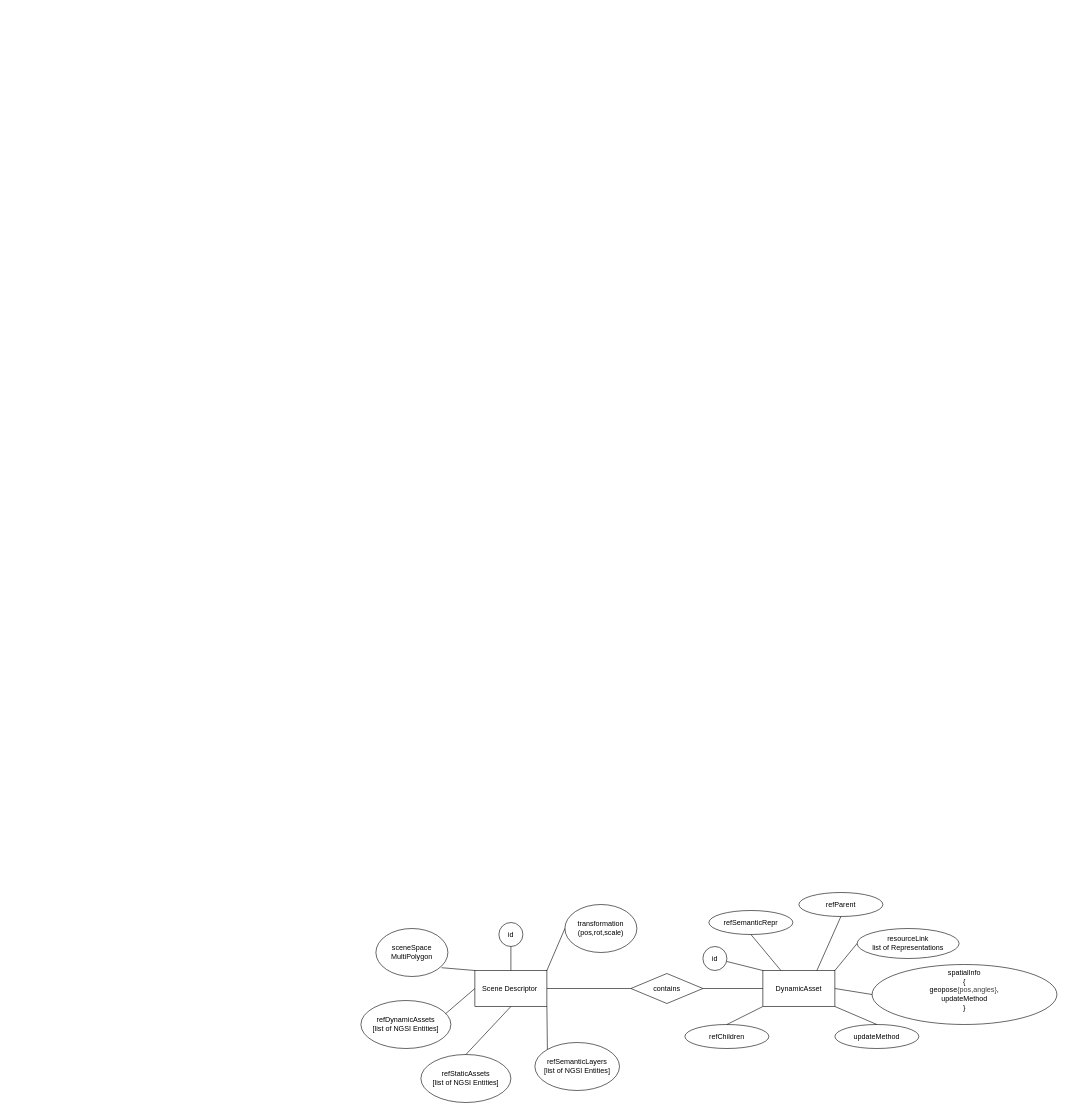
The draw.io diagram docs/scene_descr_v2.drawio in Skorpinakos/NGSI-Scene-Description-Compliant-Viewer, before the edit. Source tidied: cells renumbered, new cells numbered last; positions are measured from the earlier drawing's top-left corner, leaving out a move shared by most shapes. Both pictures are drawn from the tidied source at 60%, with x=0, y=0 at pixel (361, 892).
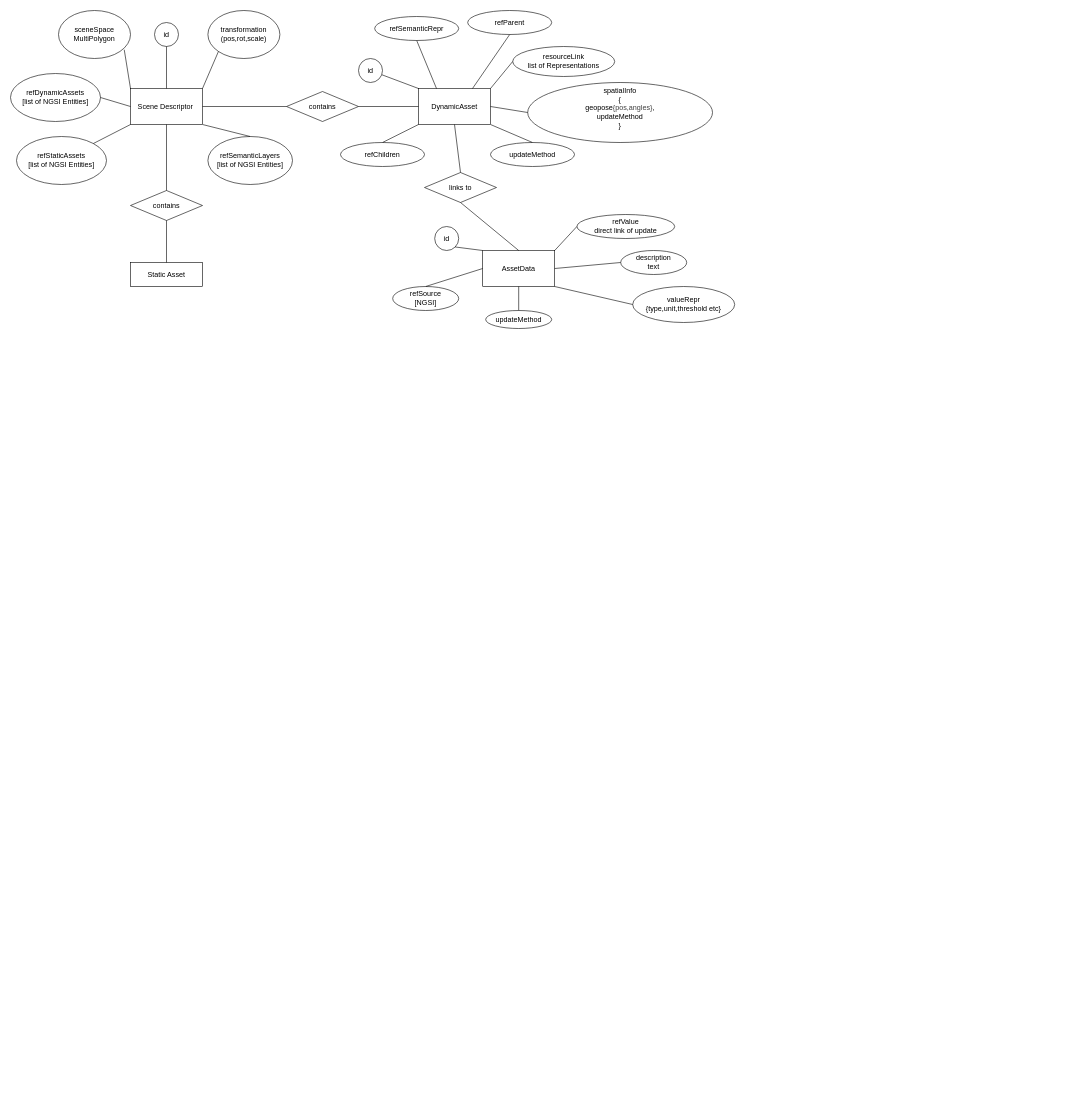
Above is the later version.

Commit message:
current scene descr status

Change to the diagram source:
```diff
@@
     <mxCell id="2" value="Scene Descriptor&amp;nbsp;" style="rounded=0;whiteSpace=wrap;html=1;" parent="1" vertex="1">
-      <mxGeometry x="190" y="130" width="120" height="60" as="geometry" />
+      <mxGeometry x="-384" y="-1340" width="120" height="60" as="geometry" />
     </mxCell>
     <mxCell id="3" value="id" style="ellipse;whiteSpace=wrap;html=1;" parent="1" vertex="1">
-      <mxGeometry x="230" y="50" width="40" height="40" as="geometry" />
+      <mxGeometry x="-344" y="-1450" width="40" height="40" as="geometry" />
     </mxCell>
     <mxCell id="4" value="refDynamicAssets&lt;div&gt;[list of NGSI Entities]&lt;/div&gt;" style="ellipse;whiteSpace=wrap;html=1;" parent="1" vertex="1">
-      <mxGeometry y="180" width="150" height="80" as="geometry" />
+      <mxGeometry x="-584" y="-1365" width="150" height="80" as="geometry" />
     </mxCell>
     <mxCell id="5" value="sceneSpace&lt;div&gt;MultiPolygon&lt;/div&gt;" style="ellipse;whiteSpace=wrap;html=1;" parent="1" vertex="1">
-      <mxGeometry x="25" y="60" width="120" height="80" as="geometry" />
+      <mxGeometry x="-504" y="-1470" width="120" height="80" as="geometry" />
     </mxCell>
     <mxCell id="6" value="transformation&lt;div&gt;(pos,rot,scale)&lt;/div&gt;" style="ellipse;whiteSpace=wrap;html=1;" parent="1" vertex="1">
-      <mxGeometry x="340" y="20" width="120" height="80" as="geometry" />
+      <mxGeometry x="-255" y="-1470" width="120" height="80" as="geometry" />
     </mxCell>
     <mxCell id="7" value="refStaticAssets&lt;div&gt;[list of NGSI Entities]&lt;/div&gt;" style="ellipse;whiteSpace=wrap;html=1;" parent="1" vertex="1">
-      <mxGeometry x="100" y="270" width="150" height="80" as="geometry" />
+      <mxGeometry x="-574" y="-1260" width="150" height="80" as="geometry" />
     </mxCell>
     <mxCell id="8" value="refSemanticLayers&lt;div&gt;[list of NGSI Entities]&lt;/div&gt;" style="ellipse;whiteSpace=wrap;html=1;" parent="1" vertex="1">
-      <mxGeometry x="290" y="250" width="141" height="80" as="geometry" />
+      <mxGeometry x="-255" y="-1260" width="141" height="80" as="geometry" />
     </mxCell>
-    <mxCell id="9" style="endArrow=none;html=1;entryX=1;entryY=0;entryDx=0;entryDy=0;exitX=0;exitY=0.5;exitDx=0;exitDy=0;" parent="1" edge="1" source="6" target="2">
+    <mxCell id="9" style="endArrow=none;html=1;entryX=1;entryY=0;entryDx=0;entryDy=0;exitX=0;exitY=1;exitDx=0;exitDy=0;" parent="1" edge="1" source="6" target="2">
       <mxGeometry relative="1" as="geometry" />
     </mxCell>
@@
-    <mxCell id="12" style="endArrow=none;html=1;entryX=0;entryY=0.5;entryDx=0;entryDy=0;exitX=0.94;exitY=0.277;exitDx=0;exitDy=0;exitPerimeter=0;" parent="1" edge="1" source="4" target="2">
+    <mxCell id="12" style="endArrow=none;html=1;entryX=0;entryY=0.5;entryDx=0;entryDy=0;exitX=1;exitY=0.5;exitDx=0;exitDy=0;" parent="1" edge="1" source="4" target="2">
       <mxGeometry relative="1" as="geometry" />
     </mxCell>
-    <mxCell id="13" style="endArrow=none;html=1;entryX=0.5;entryY=1;entryDx=0;entryDy=0;exitX=0.5;exitY=0;exitDx=0;exitDy=0;" parent="1" edge="1" source="7" target="2">
+    <mxCell id="13" style="endArrow=none;html=1;entryX=0;entryY=1;entryDx=0;entryDy=0;exitX=1;exitY=0;exitDx=0;exitDy=0;" parent="1" edge="1" source="7" target="2">
       <mxGeometry relative="1" as="geometry" />
     </mxCell>
-    <mxCell id="14" style="endArrow=none;html=1;entryX=1;entryY=1;entryDx=0;entryDy=0;exitX=0;exitY=0;exitDx=0;exitDy=0;" parent="1" edge="1" source="8" target="2">
+    <mxCell id="14" style="endArrow=none;html=1;entryX=1;entryY=1;entryDx=0;entryDy=0;exitX=0.5;exitY=0;exitDx=0;exitDy=0;" parent="1" edge="1" source="8" target="2">
       <mxGeometry relative="1" as="geometry" />
     </mxCell>
     <mxCell id="15" value="contains" style="rhombus;whiteSpace=wrap;html=1;" parent="1" vertex="1">
-      <mxGeometry x="450" y="135" width="120" height="50" as="geometry" />
+      <mxGeometry x="-124" y="-1335" width="120" height="50" as="geometry" />
     </mxCell>
@@
     <mxCell id="17" value="DynamicAsset" style="rounded=0;whiteSpace=wrap;html=1;" parent="1" vertex="1">
-      <mxGeometry x="670" y="130" width="120" height="60" as="geometry" />
+      <mxGeometry x="96" y="-1340" width="120" height="60" as="geometry" />
     </mxCell>
@@
     <mxCell id="20" value="id" style="ellipse;whiteSpace=wrap;html=1;" parent="1" vertex="1">
-      <mxGeometry x="570" y="90" width="40" height="40" as="geometry" />
+      <mxGeometry x="-4" y="-1390" width="40" height="40" as="geometry" />
     </mxCell>
     <mxCell id="21" value="resourceLink&lt;div&gt;list of Representations&lt;/div&gt;" style="ellipse;whiteSpace=wrap;html=1;" parent="1" vertex="1">
-      <mxGeometry x="827" y="60" width="170" height="50" as="geometry" />
+      <mxGeometry x="253" y="-1410" width="170" height="50" as="geometry" />
     </mxCell>
@@
     <mxCell id="23" value="spatialInfo&lt;div&gt;{&lt;/div&gt;&lt;div&gt;geopose&lt;span style=&quot;color: rgb(63, 63, 63); background-color: transparent;&quot;&gt;{pos,angles}&lt;/span&gt;&lt;span style=&quot;background-color: transparent;&quot;&gt;,&lt;/span&gt;&lt;/div&gt;&lt;div&gt;updateMethod&lt;/div&gt;&lt;div&gt;}&lt;/div&gt;&lt;div&gt;&lt;br&gt;&lt;/div&gt;" style="ellipse;whiteSpace=wrap;html=1;" parent="1" vertex="1">
-      <mxGeometry x="852" y="120" width="308" height="100" as="geometry" />
+      <mxGeometry x="278" y="-1350" width="308" height="100" as="geometry" />
     </mxCell>
@@
     <mxCell id="25" value="updateMethod" style="ellipse;whiteSpace=wrap;html=1;" parent="1" vertex="1">
-      <mxGeometry x="790" y="220" width="140" height="40" as="geometry" />
+      <mxGeometry x="216" y="-1250" width="140" height="40" as="geometry" />
     </mxCell>
     <mxCell id="26" value="refSemanticRepr" style="ellipse;whiteSpace=wrap;html=1;" parent="1" vertex="1">
-      <mxGeometry x="580" y="30" width="140" height="40" as="geometry" />
+      <mxGeometry x="23" y="-1460" width="140" height="40" as="geometry" />
     </mxCell>
     <mxCell id="27" value="refChildren" style="ellipse;whiteSpace=wrap;html=1;" parent="1" vertex="1">
-      <mxGeometry x="540" y="220" width="140" height="40" as="geometry" />
+      <mxGeometry x="-34" y="-1250" width="140" height="40" as="geometry" />
     </mxCell>
     <mxCell id="28" value="refParent" style="ellipse;whiteSpace=wrap;html=1;" parent="1" vertex="1">
-      <mxGeometry x="730" width="140" height="40" as="geometry" />
+      <mxGeometry x="178" y="-1470" width="140" height="40" as="geometry" />
     </mxCell>
@@
+    <mxCell id="33" value="AssetData" style="rounded=0;whiteSpace=wrap;html=1;" parent="1" vertex="1">
+      <mxGeometry x="203" y="-1070" width="120" height="60" as="geometry" />
+    </mxCell>
+    <mxCell id="34" value="id" style="ellipse;whiteSpace=wrap;html=1;" parent="1" vertex="1">
+      <mxGeometry x="123" y="-1110" width="40" height="40" as="geometry" />
+    </mxCell>
+    <mxCell id="35" style="endArrow=none;html=1;exitX=0;exitY=0;exitDx=0;exitDy=0;entryX=1;entryY=1;entryDx=0;entryDy=0;" parent="1" edge="1" source="33" target="34">
+      <mxGeometry relative="1" as="geometry" />
+    </mxCell>
+    <mxCell id="36" value="refSource&lt;div&gt;[NGSI]&lt;/div&gt;" style="ellipse;whiteSpace=wrap;html=1;" parent="1" vertex="1">
+      <mxGeometry x="53" y="-1010" width="110" height="40" as="geometry" />
+    </mxCell>
+    <mxCell id="37" value="refValue&lt;div&gt;direct link of update&lt;/div&gt;" style="ellipse;whiteSpace=wrap;html=1;" parent="1" vertex="1">
+      <mxGeometry x="360" y="-1130" width="163" height="40" as="geometry" />
+    </mxCell>
+    <mxCell id="38" value="description&lt;div&gt;text&lt;/div&gt;" style="ellipse;whiteSpace=wrap;html=1;" parent="1" vertex="1">
+      <mxGeometry x="433" y="-1070" width="110" height="40" as="geometry" />
+    </mxCell>
+    <mxCell id="39" value="valueRepr&lt;div&gt;{type,unit,threshold etc}&lt;/div&gt;" style="ellipse;whiteSpace=wrap;html=1;" parent="1" vertex="1">
+      <mxGeometry x="453" y="-1010" width="170" height="60" as="geometry" />
+    </mxCell>
+    <mxCell id="40" value="updateMethod" style="ellipse;whiteSpace=wrap;html=1;" parent="1" vertex="1">
+      <mxGeometry x="208" y="-970" width="110" height="30" as="geometry" />
+    </mxCell>
+    <mxCell id="41" style="endArrow=none;html=1;entryX=0.5;entryY=0;entryDx=0;entryDy=0;exitX=0;exitY=0.5;exitDx=0;exitDy=0;" parent="1" edge="1" source="33" target="36">
+      <mxGeometry relative="1" as="geometry" />
+    </mxCell>
+    <mxCell id="42" style="endArrow=none;html=1;entryX=0;entryY=0.5;entryDx=0;entryDy=0;exitX=1;exitY=0;exitDx=0;exitDy=0;" parent="1" edge="1" source="33" target="37">
+      <mxGeometry relative="1" as="geometry" />
+    </mxCell>
+    <mxCell id="43" style="endArrow=none;html=1;entryX=0;entryY=0.5;entryDx=0;entryDy=0;exitX=1;exitY=0.5;exitDx=0;exitDy=0;" parent="1" edge="1" source="33" target="38">
+      <mxGeometry relative="1" as="geometry" />
+    </mxCell>
+    <mxCell id="44" style="endArrow=none;html=1;entryX=0;entryY=0.5;entryDx=0;entryDy=0;exitX=1;exitY=1;exitDx=0;exitDy=0;" parent="1" edge="1" source="33" target="39">
+      <mxGeometry relative="1" as="geometry" />
+    </mxCell>
+    <mxCell id="45" style="endArrow=none;html=1;entryX=0.5;entryY=0;entryDx=0;entryDy=0;exitX=0.5;exitY=1;exitDx=0;exitDy=0;" parent="1" edge="1" source="33" target="40">
+      <mxGeometry relative="1" as="geometry" />
+    </mxCell>
+    <mxCell id="46" value="links to" style="rhombus;whiteSpace=wrap;html=1;" parent="1" vertex="1">
+      <mxGeometry x="106" y="-1200" width="120" height="50" as="geometry" />
+    </mxCell>
+    <mxCell id="47" style="endArrow=none;html=1;exitX=0.5;exitY=0;exitDx=0;exitDy=0;entryX=0.5;entryY=1;entryDx=0;entryDy=0;" parent="1" edge="1" source="46" target="17">
+      <mxGeometry relative="1" as="geometry" />
+    </mxCell>
+    <mxCell id="48" style="endArrow=none;html=1;exitX=0.5;exitY=0;exitDx=0;exitDy=0;entryX=0.5;entryY=1;entryDx=0;entryDy=0;" parent="1" edge="1" source="33" target="46">
+      <mxGeometry relative="1" as="geometry" />
+    </mxCell>
+    <mxCell id="49" value="contains" style="rhombus;whiteSpace=wrap;html=1;" parent="1" vertex="1">
+      <mxGeometry x="-384" y="-1170" width="120" height="50" as="geometry" />
+    </mxCell>
+    <mxCell id="50" value="Static Asset" style="rounded=0;whiteSpace=wrap;html=1;" parent="1" vertex="1">
+      <mxGeometry x="-384" y="-1050" width="120" height="40" as="geometry" />
+    </mxCell>
+    <mxCell id="51" style="endArrow=none;html=1;entryX=0.5;entryY=1;entryDx=0;entryDy=0;exitX=0.5;exitY=0;exitDx=0;exitDy=0;" parent="1" edge="1" source="49" target="2">
+      <mxGeometry relative="1" as="geometry" />
+    </mxCell>
+    <mxCell id="52" style="endArrow=none;html=1;entryX=0.5;entryY=1;entryDx=0;entryDy=0;exitX=0.5;exitY=0;exitDx=0;exitDy=0;" parent="1" edge="1" source="50" target="49">
+      <mxGeometry relative="1" as="geometry" />
+    </mxCell>
```
